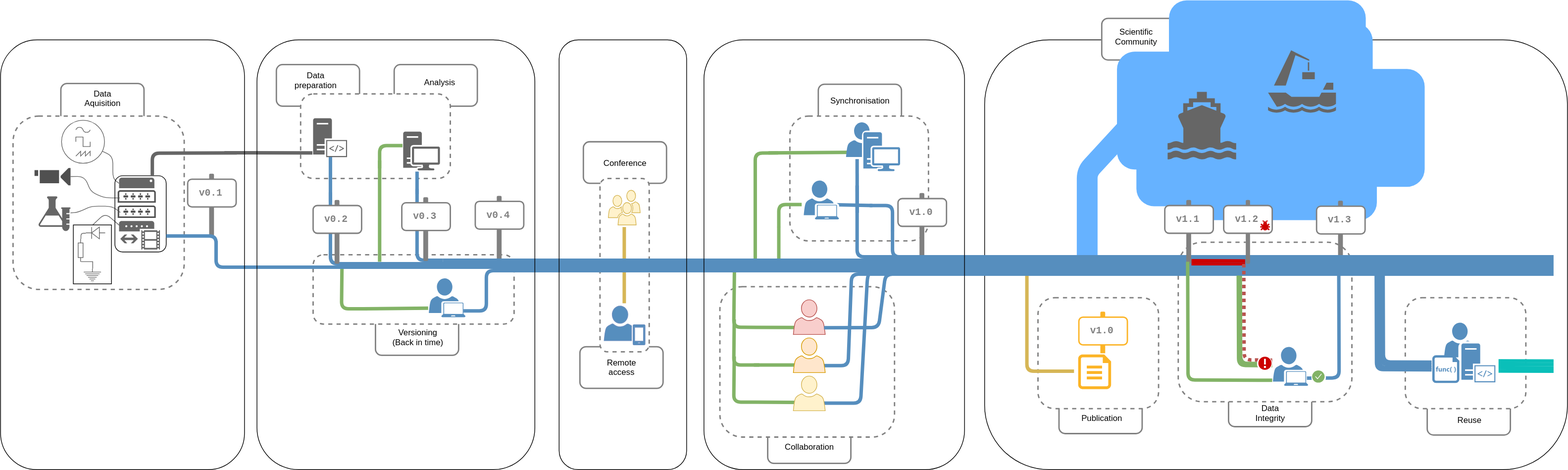
Above: 201800_GIN_Paper/GIN_Data_Flow_DRAFT_04a.svg in mpsonntag/prespost (draw.io), before the change. Source tidied: cells renumbered, new cells last; positions are measured from the earlier drawing's top-left corner, leaving out a move shared by most shapes.
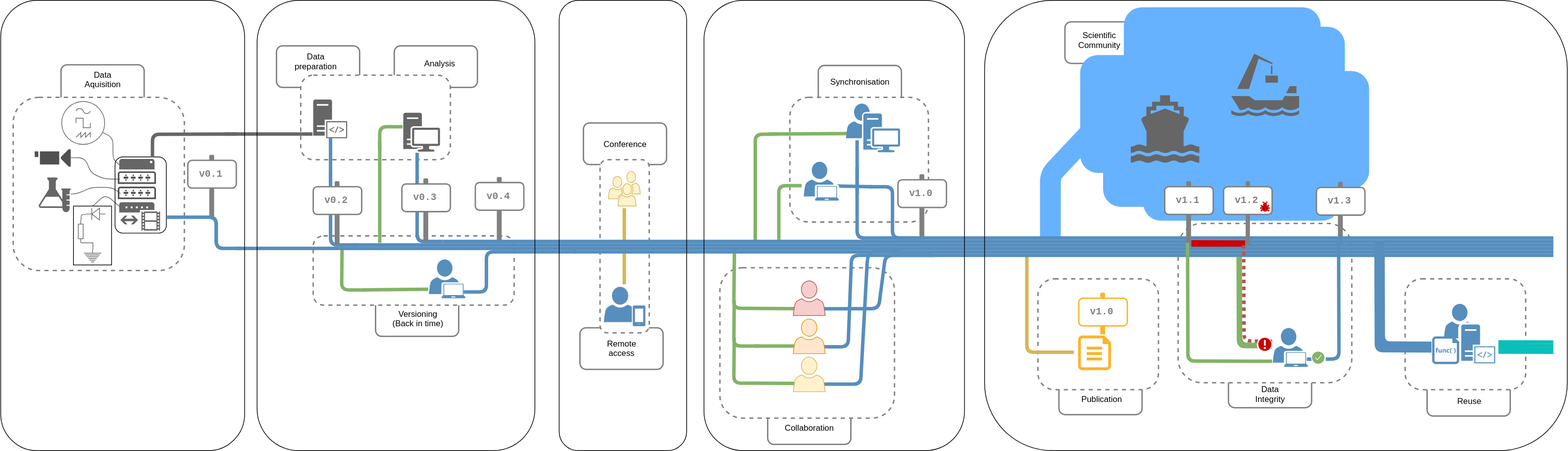
After the change.

Commit message:
update 2018 GIN paper v4 small panels

Diff of the diagram source:
```diff
@@ -2,9 +2,44 @@
   <root>
     <mxCell id="0" />
     <mxCell id="1" parent="0" />
-    <mxCell id="2" style="rounded=1;whiteSpace=wrap;html=1;strokeColor=#000000;strokeWidth=1;fillColor=none;gradientColor=none;" parent="1" vertex="1">
-      <mxGeometry x="1420" y="57" width="841" height="620" as="geometry" />
-    </mxCell>
+    <mxCell id="217" style="rounded=1;whiteSpace=wrap;html=1;strokeColor=#808080;strokeWidth=2;fillColor=#ffffff;gradientColor=none;" parent="1" vertex="1">
+      <mxGeometry x="1536" y="58" width="120" height="60" as="geometry" />
+    </mxCell>
+    <mxCell id="218" style="endArrow=none;html=1;strokeColor=#66B2FF;strokeWidth=30;exitX=0;exitY=0.25;" parent="1" edge="1" source="224">
+      <mxGeometry relative="1" as="geometry">
+        <mxPoint x="1515" y="368" as="targetPoint" />
+        <Array as="points">
+          <mxPoint x="1515" y="279" />
+        </Array>
+      </mxGeometry>
+    </mxCell>
+    <mxCell id="219" style="rounded=1;whiteSpace=wrap;html=1;shadow=0;strokeColor=none;strokeWidth=1;fillColor=#66B2FF;gradientColor=none;fontSize=14;fontColor=#808080;" parent="1" vertex="1">
+      <mxGeometry x="1649" y="175" width="284" height="170" as="geometry" />
+    </mxCell>
+    <mxCell id="220" style="rounded=1;whiteSpace=wrap;html=1;shadow=0;strokeColor=none;strokeWidth=1;fillColor=#66B2FF;gradientColor=none;fontSize=14;fontColor=#808080;" parent="1" vertex="1">
+      <mxGeometry x="1691" y="129" width="284" height="170" as="geometry" />
+    </mxCell>
+    <mxCell id="221" style="rounded=1;whiteSpace=wrap;html=1;shadow=0;strokeColor=none;strokeWidth=1;fillColor=#66B2FF;gradientColor=none;fontSize=14;fontColor=#808080;" parent="1" vertex="1">
+      <mxGeometry x="1621" y="37" width="284" height="174" as="geometry" />
+    </mxCell>
+    <mxCell id="222" style="rounded=1;whiteSpace=wrap;html=1;shadow=0;strokeColor=none;strokeWidth=1;fillColor=#66B2FF;gradientColor=none;fontSize=14;fontColor=#808080;" parent="1" vertex="1">
+      <mxGeometry x="1656" y="65" width="284" height="170" as="geometry" />
+    </mxCell>
+    <mxCell id="223" style="rounded=1;whiteSpace=wrap;html=1;shadow=0;strokeColor=none;strokeWidth=1;fillColor=#66B2FF;gradientColor=none;fontSize=14;fontColor=#808080;" parent="1" vertex="1">
+      <mxGeometry x="1558" y="106" width="284" height="170" as="geometry" />
+    </mxCell>
+    <mxCell id="224" style="rounded=1;whiteSpace=wrap;html=1;shadow=0;strokeColor=none;strokeWidth=1;fillColor=#66B2FF;gradientColor=none;fontSize=14;fontColor=#808080;" parent="1" vertex="1">
+      <mxGeometry x="1591" y="155" width="284" height="170" as="geometry" />
+    </mxCell>
+    <mxCell id="225" style="shape=mxgraph.signs.transportation.harbor;html=1;fillColor=#666666;strokeColor=none;verticalLabelPosition=bottom;verticalAlign=top;align=center;" parent="1" vertex="1">
+      <mxGeometry x="1776" y="104" width="98" height="90" as="geometry" />
+    </mxCell>
+    <mxCell id="226" style="shape=mxgraph.signs.transportation.ship_2;html=1;fillColor=#666666;strokeColor=none;verticalLabelPosition=bottom;verticalAlign=top;align=center;" parent="1" vertex="1">
+      <mxGeometry x="1631" y="164" width="99" height="98" as="geometry" />
+    </mxCell>
+    <mxCell id="74" value="Scientific Community" style="text;html=1;strokeColor=none;fillColor=none;align=center;verticalAlign=middle;whiteSpace=wrap;rounded=0;" parent="1" vertex="1">
+      <mxGeometry x="1566" y="71" width="40" height="27" as="geometry" />
+    </mxCell>
     <mxCell id="3" style="rounded=1;whiteSpace=wrap;html=1;strokeColor=#808080;strokeWidth=2;fillColor=none;gradientColor=none;" parent="1" vertex="1">
       <mxGeometry x="1772" y="555" width="120" height="60" as="geometry" />
     </mxCell>
@@ -44,9 +79,6 @@
         <mxPoint x="102" y="15" as="targetPoint" />
       </mxGeometry>
     </mxCell>
-    <mxCell id="12" style="rounded=1;whiteSpace=wrap;html=1;strokeColor=#808080;strokeWidth=2;fillColor=#ffffff;gradientColor=none;" parent="1" vertex="1">
-      <mxGeometry x="1589" y="26" width="120" height="60" as="geometry" />
-    </mxCell>
     <mxCell id="13" style="rounded=1;whiteSpace=wrap;html=1;strokeColor=#808080;strokeWidth=2;fillColor=none;gradientColor=none;" parent="1" vertex="1">
       <mxGeometry x="87" y="120" width="120" height="60" as="geometry" />
     </mxCell>
@@ -68,32 +100,6 @@
         <mxPoint x="900" y="377" as="targetPoint" />
       </mxGeometry>
     </mxCell>
-    <mxCell id="19" style="endArrow=none;html=1;strokeColor=#66B2FF;strokeWidth=30;exitX=0;exitY=0.25;" parent="1" edge="1" source="25">
-      <mxGeometry relative="1" as="geometry">
-        <mxPoint x="1568" y="387" as="targetPoint" />
-        <Array as="points">
-          <mxPoint x="1568" y="247" />
-        </Array>
-      </mxGeometry>
-    </mxCell>
-    <mxCell id="20" style="rounded=1;whiteSpace=wrap;html=1;shadow=0;strokeColor=none;strokeWidth=1;fillColor=#66B2FF;gradientColor=none;fontSize=14;fontColor=#808080;" parent="1" vertex="1">
-      <mxGeometry x="1702" y="147" width="284" height="170" as="geometry" />
-    </mxCell>
-    <mxCell id="21" style="rounded=1;whiteSpace=wrap;html=1;shadow=0;strokeColor=none;strokeWidth=1;fillColor=#66B2FF;gradientColor=none;fontSize=14;fontColor=#808080;" parent="1" vertex="1">
-      <mxGeometry x="1771" y="99" width="284" height="170" as="geometry" />
-    </mxCell>
-    <mxCell id="22" style="rounded=1;whiteSpace=wrap;html=1;shadow=0;strokeColor=none;strokeWidth=1;fillColor=#66B2FF;gradientColor=none;fontSize=14;fontColor=#808080;" parent="1" vertex="1">
-      <mxGeometry x="1686" width="284" height="170" as="geometry" />
-    </mxCell>
-    <mxCell id="23" style="rounded=1;whiteSpace=wrap;html=1;shadow=0;strokeColor=none;strokeWidth=1;fillColor=#66B2FF;gradientColor=none;fontSize=14;fontColor=#808080;" parent="1" vertex="1">
-      <mxGeometry x="1696" y="33" width="284" height="170" as="geometry" />
-    </mxCell>
-    <mxCell id="24" style="rounded=1;whiteSpace=wrap;html=1;shadow=0;strokeColor=none;strokeWidth=1;fillColor=#66B2FF;gradientColor=none;fontSize=14;fontColor=#808080;" parent="1" vertex="1">
-      <mxGeometry x="1611" y="74" width="284" height="170" as="geometry" />
-    </mxCell>
-    <mxCell id="25" style="rounded=1;whiteSpace=wrap;html=1;shadow=0;strokeColor=none;strokeWidth=1;fillColor=#66B2FF;gradientColor=none;fontSize=14;fontColor=#808080;" parent="1" vertex="1">
-      <mxGeometry x="1639" y="127" width="284" height="170" as="geometry" />
-    </mxCell>
     <mxCell id="26" style="rounded=1;whiteSpace=wrap;html=1;strokeColor=#808080;strokeWidth=2;fillColor=none;gradientColor=none;" parent="1" vertex="1">
       <mxGeometry x="1527.3" y="565" width="120" height="60" as="geometry" />
     </mxCell>
@@ -241,15 +247,6 @@
     <mxCell id="71" style="shadow=0;dashed=0;html=1;strokeColor=none;fillColor=#568EBE;labelPosition=center;verticalLabelPosition=bottom;verticalAlign=top;shape=mxgraph.office.devices.workstation;" parent="69" vertex="1">
       <mxGeometry x="2" y="2.3" width="53" height="56" as="geometry" />
     </mxCell>
-    <mxCell id="72" style="shape=mxgraph.signs.transportation.harbor;html=1;fillColor=#666666;strokeColor=none;verticalLabelPosition=bottom;verticalAlign=top;align=center;" parent="1" vertex="1">
-      <mxGeometry x="1829" y="72" width="98" height="90" as="geometry" />
-    </mxCell>
-    <mxCell id="73" style="shape=mxgraph.signs.transportation.ship_2;html=1;fillColor=#666666;strokeColor=none;verticalLabelPosition=bottom;verticalAlign=top;align=center;" parent="1" vertex="1">
-      <mxGeometry x="1684" y="132" width="99" height="98" as="geometry" />
-    </mxCell>
-    <mxCell id="74" value="Scientific Community" style="text;html=1;strokeColor=none;fillColor=none;align=center;verticalAlign=middle;whiteSpace=wrap;rounded=0;" parent="1" vertex="1">
-      <mxGeometry x="1619" y="39" width="40" height="27" as="geometry" />
-    </mxCell>
     <mxCell id="75" style="endArrow=none;html=1;strokeColor=#666666;strokeWidth=1;fontSize=14;fontColor=#808080;entryX=0.005;entryY=0.854;entryPerimeter=0;" parent="1" edge="1" source="55" target="90">
       <mxGeometry relative="1" as="geometry">
         <Array as="points">
@@ -920,16 +917,19 @@
       <mxGeometry x="53" y="22" width="13.4" height="13.4" as="geometry" />
     </mxCell>
     <mxCell id="213" style="rounded=1;whiteSpace=wrap;html=1;strokeColor=#000000;strokeWidth=1;fillColor=none;gradientColor=none;" parent="1" vertex="1">
-      <mxGeometry y="57" width="352" height="620" as="geometry" />
+      <mxGeometry y="27" width="352" height="650" as="geometry" />
     </mxCell>
-    <mxCell id="214" style="rounded=1;whiteSpace=wrap;html=1;strokeColor=#000000;strokeWidth=1;fillColor=none;gradientColor=none;" parent="1" vertex="1">
-      <mxGeometry x="370" y="57" width="401" height="620" as="geometry" />
-    </mxCell>
     <mxCell id="215" style="rounded=1;whiteSpace=wrap;html=1;strokeColor=#000000;strokeWidth=1;fillColor=none;gradientColor=none;" parent="1" vertex="1">
-      <mxGeometry x="806" y="57" width="184" height="620" as="geometry" />
+      <mxGeometry x="806" y="27" width="184" height="650" as="geometry" />
     </mxCell>
     <mxCell id="216" style="rounded=1;whiteSpace=wrap;html=1;strokeColor=#000000;strokeWidth=1;fillColor=none;gradientColor=none;" parent="1" vertex="1">
-      <mxGeometry x="1015" y="57" width="376" height="620" as="geometry" />
+      <mxGeometry x="1015" y="27" width="376" height="650" as="geometry" />
     </mxCell>
+    <mxCell id="2" style="rounded=1;whiteSpace=wrap;html=1;strokeColor=#000000;strokeWidth=1;fillColor=none;gradientColor=none;" parent="1" vertex="1">
+      <mxGeometry x="1420" y="27" width="841" height="650" as="geometry" />
+    </mxCell>
+    <mxCell id="214" style="rounded=1;whiteSpace=wrap;html=1;strokeColor=#000000;strokeWidth=1;fillColor=none;gradientColor=none;" parent="1" vertex="1">
+      <mxGeometry x="370" y="27" width="401" height="650" as="geometry" />
+    </mxCell>
   </root>
 </mxGraphModel>
```
